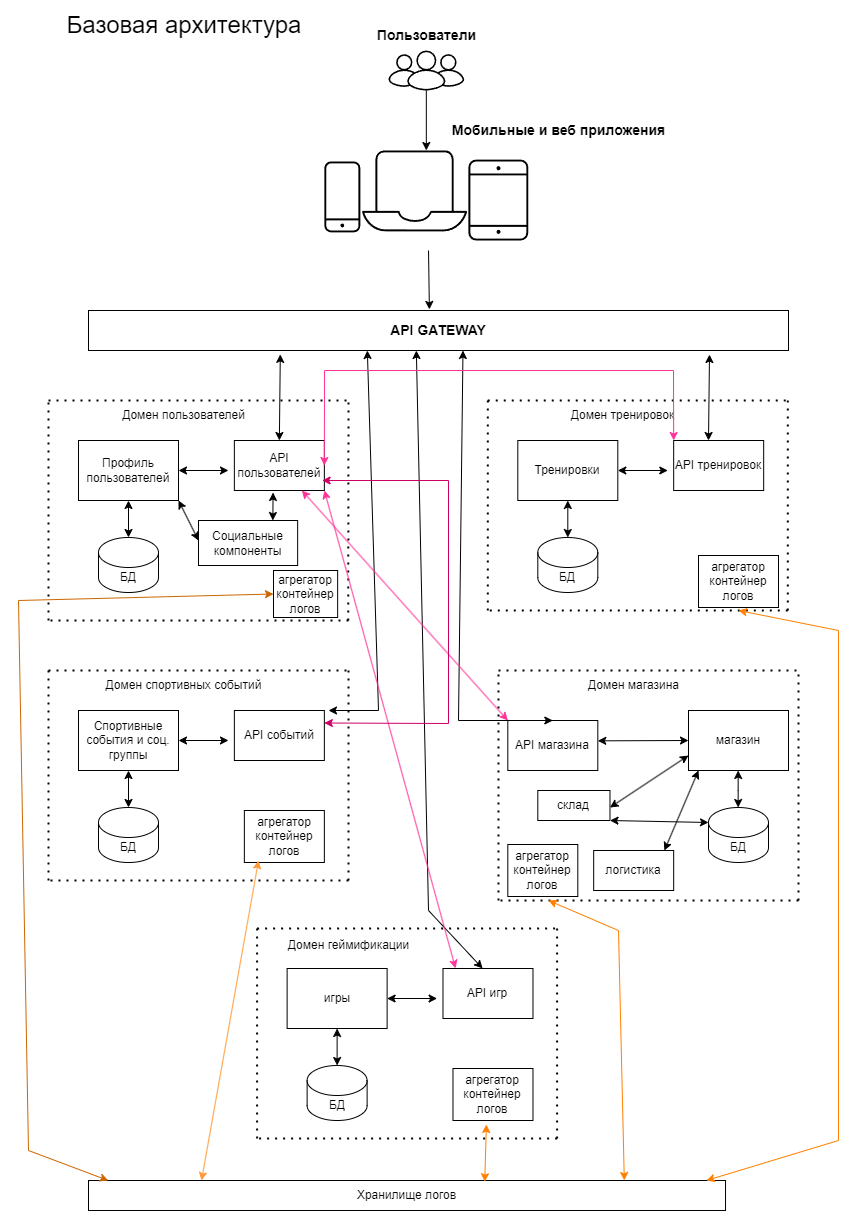
The draw.io diagram pics/basic.png in alexandro108/Architect, before a commit. Source tidied: cells renumbered, new cells last; positions are measured from the earlier drawing's top-left corner, leaving out a move shared by most shapes.
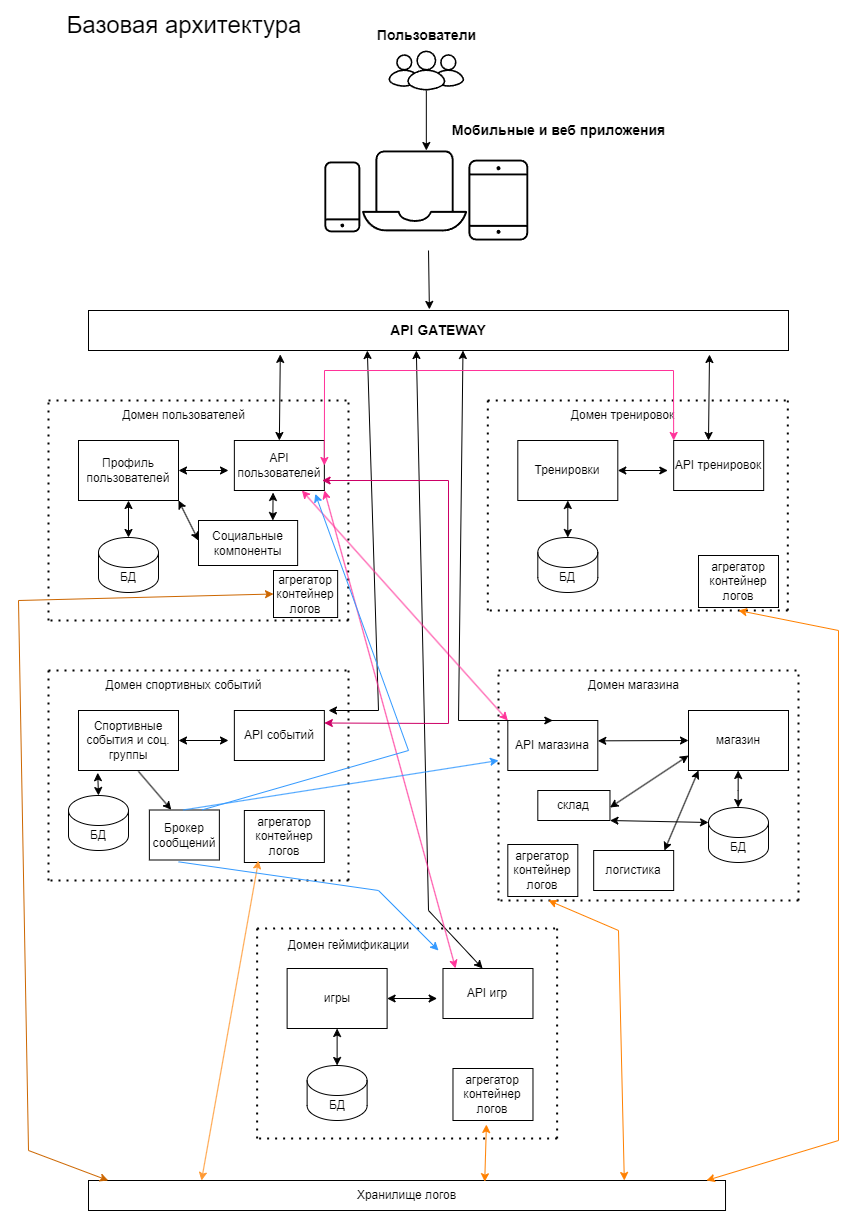
Above is the later version.

Commit message:
update basic arc

Change to the diagram source:
```diff
@@ -164,17 +164,15 @@
       <mxGeometry x="60" y="700" width="100" height="60" as="geometry" />
     </mxCell>
     <mxCell id="38" value="БД" style="shape=cylinder3;whiteSpace=wrap;html=1;boundedLbl=1;backgroundOutline=1;size=15;" parent="1" vertex="1">
-      <mxGeometry x="80" y="797" width="60" height="55" as="geometry" />
+      <mxGeometry x="50" y="785" width="60" height="55" as="geometry" />
     </mxCell>
     <mxCell id="39" style="endArrow=classic;startArrow=classic;html=1;rounded=0;exitX=1;exitY=0.5;exitDx=0;exitDy=0;" parent="1" edge="1" source="37">
       <mxGeometry relative="1" as="geometry">
         <mxPoint x="210" y="730" as="targetPoint" />
       </mxGeometry>
     </mxCell>
-    <mxCell id="40" style="endArrow=classic;startArrow=classic;html=1;rounded=0;exitX=0.5;exitY=0;exitDx=0;exitDy=0;exitPerimeter=0;" parent="1" edge="1" source="38">
-      <mxGeometry relative="1" as="geometry">
-        <mxPoint x="110" y="760" as="targetPoint" />
-      </mxGeometry>
+    <mxCell id="40" style="endArrow=classic;startArrow=classic;html=1;rounded=0;exitX=0.5;exitY=0;exitDx=0;exitDy=0;exitPerimeter=0;entryX=0.192;entryY=1.037;entryDx=0;entryDy=0;entryPerimeter=0;" parent="1" edge="1" source="38" target="37">
+      <mxGeometry relative="1" as="geometry" />
     </mxCell>
     <mxCell id="41" style="endArrow=none;dashed=1;html=1;dashPattern=1 3;strokeWidth=2;rounded=0;" parent="1" edge="1">
       <mxGeometry relative="1" as="geometry">
@@ -421,5 +419,32 @@
         </Array>
       </mxGeometry>
     </mxCell>
+    <mxCell id="88" value="Брокер сообщений" style="rounded=0;whiteSpace=wrap;html=1;" parent="1" vertex="1">
+      <mxGeometry x="130.9" y="799.5" width="70" height="50" as="geometry" />
+    </mxCell>
+    <mxCell id="89" style="endArrow=classic;startArrow=none;html=1;rounded=0;strokeColor=#3399FF;startFill=0;exitX=0.418;exitY=1.037;exitDx=0;exitDy=0;exitPerimeter=0;" parent="1" edge="1" source="88">
+      <mxGeometry relative="1" as="geometry">
+        <mxPoint x="420" y="940" as="targetPoint" />
+        <Array as="points">
+          <mxPoint x="360" y="880" />
+        </Array>
+      </mxGeometry>
+    </mxCell>
+    <mxCell id="90" style="endArrow=classic;html=1;rounded=0;exitX=0.599;exitY=1.014;exitDx=0;exitDy=0;exitPerimeter=0;entryX=0.313;entryY=-0.005;entryDx=0;entryDy=0;entryPerimeter=0;" parent="1" edge="1" source="37" target="88">
+      <mxGeometry relative="1" as="geometry" />
+    </mxCell>
+    <mxCell id="91" style="endArrow=classic;startArrow=none;html=1;rounded=0;strokeColor=#3399FF;startFill=0;exitX=0.418;exitY=1.037;exitDx=0;exitDy=0;exitPerimeter=0;" parent="1" edge="1">
+      <mxGeometry relative="1" as="geometry">
+        <mxPoint x="164.5" y="799.5" as="sourcePoint" />
+        <mxPoint x="480" y="750" as="targetPoint" />
+      </mxGeometry>
+    </mxCell>
+    <mxCell id="92" style="endArrow=classic;startArrow=none;html=1;rounded=0;strokeColor=#3399FF;startFill=0;exitX=0.75;exitY=0;exitDx=0;exitDy=0;entryX=0.899;entryY=1.067;entryDx=0;entryDy=0;entryPerimeter=0;" parent="1" edge="1" source="88" target="12">
+      <mxGeometry relative="1" as="geometry">
+        <Array as="points">
+          <mxPoint x="390" y="740" />
+        </Array>
+      </mxGeometry>
+    </mxCell>
   </root>
 </mxGraphModel>
```
